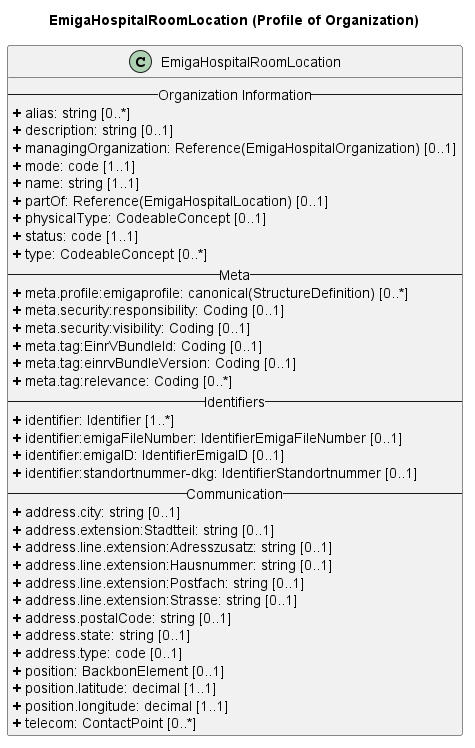
Earlier version of the PlantUML export rki.emiga.vzd/guides/implementationguides.vzd/PlantUML/PNGs/HospitalRoomLocation.png (robert-koch-institut/rki.emiga.vzd). The source it was exported from:
```plantuml
@startuml
skinparam linetype ortho

title EmigaHospitalRoomLocation (Profile of Organization)

class EmigaHospitalRoomLocation{
-- Organization Information --
<b>+</b> alias: string [0..*]
<b>+</b> description: string [0..1]
<b>+</b> managingOrganization: Reference(EmigaHospitalOrganization) [0..1]
<b>+</b> mode: code [1..1]
<b>+</b> name: string [1..1]
<b>+</b> partOf: Reference(EmigaHospitalLocation) [0..1]
<b>+</b> physicalType: CodeableConcept [0..1]
<b>+</b> status: code [1..1]
<b>+</b> type: CodeableConcept [0..*]
-- Meta --
<b>+</b> meta.profile:emigaprofile: canonical(StructureDefinition) [0..*]
<b>+</b> meta.security:responsibility: Coding [0..1]
<b>+</b> meta.security:visibility: Coding [0..1]
<b>+</b> meta.tag:EinrVBundleId: Coding [0..1]
<b>+</b> meta.tag:einrvBundleVersion: Coding [0..1]
<b>+</b> meta.tag:relevance: Coding [0..*]
-- Identifiers --
<b>+</b> identifier: Identifier [1..*]
<b>+</b> identifier:emigaFileNumber: IdentifierEmigaFileNumber [0..1]
<b>+</b> identifier:emigaID: IdentifierEmigaID [0..1]
<b>+</b> identifier:standortnummer-dkg: IdentifierStandortnummer [0..1]
-- Communication --
<b>+</b> address.city: string [0..1]
<b>+</b> address.extension:Stadtteil: string [0..1]
<b>+</b> address.line.extension:Adresszusatz: string [0..1]
<b>+</b> address.line.extension:Hausnummer: string [0..1]
<b>+</b> address.line.extension:Postfach: string [0..1]
<b>+</b> address.line.extension:Strasse: string [0..1]
<b>+</b> address.postalCode: string [0..1]
<b>+</b> address.state: string [0..1]
<b>+</b> address.type: code [0..1]
<b>+</b> position: BackbonElement [0..1]
<b>+</b> position.latitude: decimal [1..1]
<b>+</b> position.longitude: decimal [1..1]
<b>+</b> telecom: ContactPoint [0..*]
}

@enduml
```
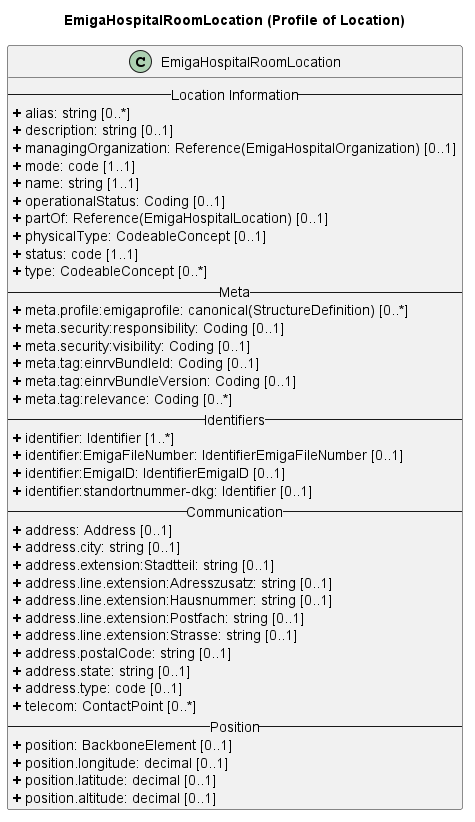
The same diagram one commit later.

What changed in the source:
```diff
@@ -1,15 +1,16 @@
 @startuml
 skinparam linetype ortho
 
-title EmigaHospitalRoomLocation (Profile of Organization)
+title EmigaHospitalRoomLocation (Profile of Location)
 
 class EmigaHospitalRoomLocation{
--- Organization Information --
+-- Location Information --
 <b>+</b> alias: string [0..*]
 <b>+</b> description: string [0..1]
 <b>+</b> managingOrganization: Reference(EmigaHospitalOrganization) [0..1]
 <b>+</b> mode: code [1..1]
 <b>+</b> name: string [1..1]
+<b>+</b> operationalStatus: Coding [0..1]
 <b>+</b> partOf: Reference(EmigaHospitalLocation) [0..1]
 <b>+</b> physicalType: CodeableConcept [0..1]
 <b>+</b> status: code [1..1]
@@ -18,15 +19,16 @@
 <b>+</b> meta.profile:emigaprofile: canonical(StructureDefinition) [0..*]
 <b>+</b> meta.security:responsibility: Coding [0..1]
 <b>+</b> meta.security:visibility: Coding [0..1]
-<b>+</b> meta.tag:EinrVBundleId: Coding [0..1]
+<b>+</b> meta.tag:einrvBundleId: Coding [0..1]
 <b>+</b> meta.tag:einrvBundleVersion: Coding [0..1]
 <b>+</b> meta.tag:relevance: Coding [0..*]
 -- Identifiers --
 <b>+</b> identifier: Identifier [1..*]
-<b>+</b> identifier:emigaFileNumber: IdentifierEmigaFileNumber [0..1]
-<b>+</b> identifier:emigaID: IdentifierEmigaID [0..1]
-<b>+</b> identifier:standortnummer-dkg: IdentifierStandortnummer [0..1]
+<b>+</b> identifier:EmigaFileNumber: IdentifierEmigaFileNumber [0..1]
+<b>+</b> identifier:EmigaID: IdentifierEmigaID [0..1]
+<b>+</b> identifier:standortnummer-dkg: Identifier [0..1]
 -- Communication --
+<b>+</b> address: Address [0..1]
 <b>+</b> address.city: string [0..1]
 <b>+</b> address.extension:Stadtteil: string [0..1]
 <b>+</b> address.line.extension:Adresszusatz: string [0..1]
@@ -36,10 +38,12 @@
 <b>+</b> address.postalCode: string [0..1]
 <b>+</b> address.state: string [0..1]
 <b>+</b> address.type: code [0..1]
-<b>+</b> position: BackbonElement [0..1]
-<b>+</b> position.latitude: decimal [1..1]
-<b>+</b> position.longitude: decimal [1..1]
 <b>+</b> telecom: ContactPoint [0..*]
+-- Position --
+<b>+</b> position: BackboneElement [0..1]
+<b>+</b> position.longitude: decimal [0..1]
+<b>+</b> position.latitude: decimal [0..1]
+<b>+</b> position.altitude: decimal [0..1]
 }
 
 @enduml
```
